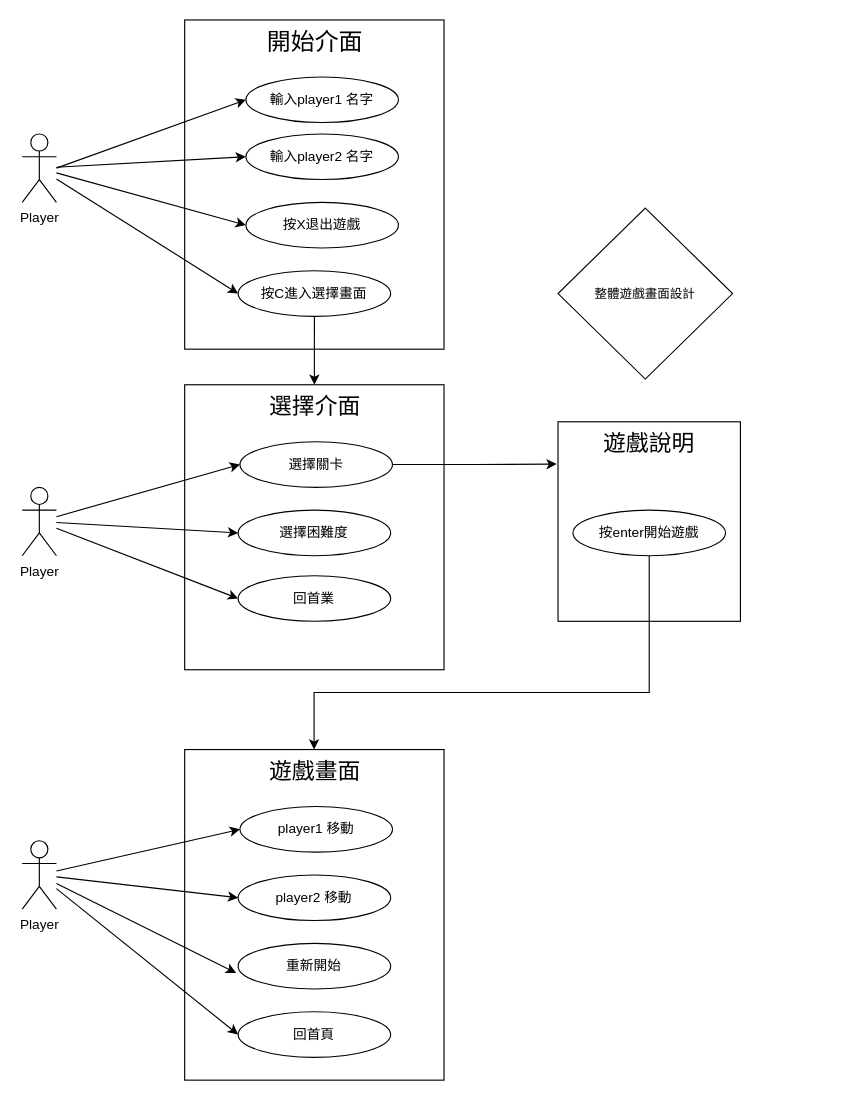
Above: Untitled Diagram.drawio in CHUN983/nuk_assembly_project (draw.io), before the change. Source tidied: cells renumbered, new cells numbered last; positions are measured from the earlier drawing's top-left corner, leaving out a move shared by most shapes. Both pictures are drawn from the tidied source at 114%, with x=0, y=0 at pixel (22, 19).
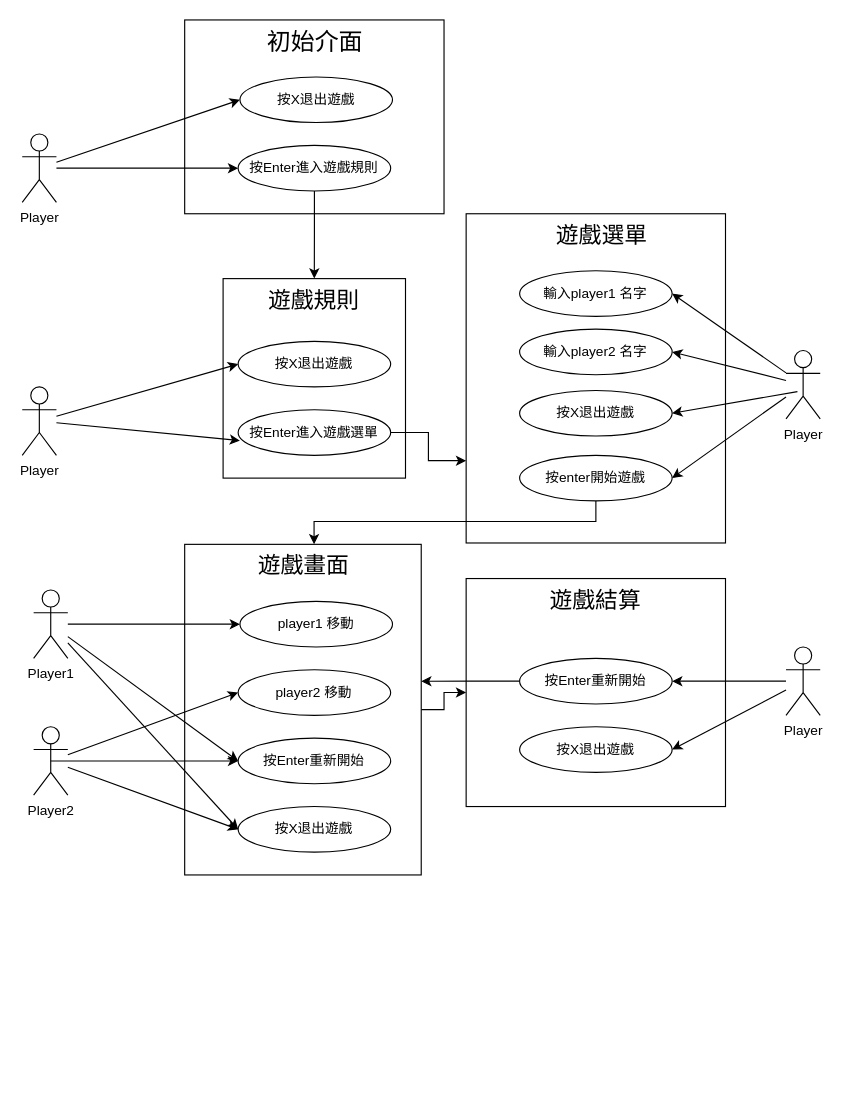
After the change.

Unchanged cells that the change refers to:
```xml
<mxCell id="8" value="Player" style="shape=umlActor;verticalLabelPosition=bottom;verticalAlign=top;html=1;outlineConnect=0;" parent="1" vertex="1">
  <mxGeometry y="100" width="30" height="60" as="geometry" />
</mxCell>
```

Diff of the diagram source:
```diff
@@
+    <mxCell id="36" value="&lt;font style=&quot;font-size: 20px;&quot;&gt;&amp;nbsp; 遊戲選單&lt;/font&gt;" style="rounded=0;whiteSpace=wrap;html=1;verticalAlign=top;" parent="1" vertex="1">
+      <mxGeometry x="389.4" y="170" width="227.5" height="288.8" as="geometry" />
+    </mxCell>
+    <mxCell id="37" style="edgeStyle=orthogonalEdgeStyle;rounded=0;jettySize=auto;html=1;entryX=0;entryY=0.5;entryDx=0;entryDy=0;" parent="1" edge="1" source="2" target="50">
+      <mxGeometry relative="1" as="geometry" />
+    </mxCell>
     <mxCell id="2" value="&lt;font style=&quot;font-size: 20px;&quot;&gt;遊戲畫面&lt;/font&gt;" style="rounded=0;whiteSpace=wrap;html=1;align=center;verticalAlign=top;" parent="1" vertex="1">
-      <mxGeometry x="142.5" y="640" width="227.5" height="290" as="geometry" />
+      <mxGeometry x="142.5" y="460" width="207.5" height="290" as="geometry" />
     </mxCell>
-    <mxCell id="3" value="&lt;font style=&quot;font-size: 21px;&quot;&gt;開始介面&lt;/font&gt;" style="rounded=0;whiteSpace=wrap;html=1;verticalAlign=top;" parent="1" vertex="1">
-      <mxGeometry x="142.5" width="227.5" height="288.8" as="geometry" />
+    <mxCell id="3" value="&lt;font style=&quot;font-size: 21px;&quot;&gt;初始介面&lt;/font&gt;" style="rounded=0;whiteSpace=wrap;html=1;verticalAlign=top;" parent="1" vertex="1">
+      <mxGeometry x="142.5" width="227.5" height="170" as="geometry" />
     </mxCell>
-    <mxCell id="4" style="rounded=0;jettySize=auto;html=1;entryX=0;entryY=0.5;entryDx=0;entryDy=0;" parent="1" edge="1" target="11">
-      <mxGeometry relative="1" as="geometry">
-        <mxPoint x="30" y="130" as="sourcePoint" />
-      </mxGeometry>
-    </mxCell>
-    <mxCell id="5" style="rounded=0;jettySize=auto;html=1;entryX=0;entryY=0.5;entryDx=0;entryDy=0;" parent="1" edge="1" source="8" target="10">
-      <mxGeometry relative="1" as="geometry" />
-    </mxCell>
-    <mxCell id="6" style="rounded=0;jettySize=auto;html=1;entryX=0;entryY=0.5;entryDx=0;entryDy=0;" parent="1" edge="1" source="8" target="14">
+    <mxCell id="6" style="rounded=0;jettySize=auto;html=1;entryX=0;entryY=0.5;entryDx=0;entryDy=0;" parent="1" edge="1" source="8" target="39">
       <mxGeometry relative="1" as="geometry" />
     </mxCell>
@@
-    <mxCell id="9" value="&lt;font style=&quot;font-size: 20px;&quot;&gt;選擇介面&lt;/font&gt;" style="rounded=0;whiteSpace=wrap;html=1;align=center;verticalAlign=top;" parent="1" vertex="1">
-      <mxGeometry x="142.5" y="320" width="227.5" height="250" as="geometry" />
-    </mxCell>
-    <mxCell id="10" value="輸入player2&lt;span style=&quot;background-color: initial;&quot;&gt;&amp;nbsp;名字&lt;/span&gt;" style="ellipse;whiteSpace=wrap;html=1;" parent="1" vertex="1">
-      <mxGeometry x="196.2" y="100" width="133.8" height="40" as="geometry" />
-    </mxCell>
-    <mxCell id="11" value="輸入player1 名字" style="ellipse;whiteSpace=wrap;html=1;" parent="1" vertex="1">
-      <mxGeometry x="196.2" y="50" width="133.8" height="40" as="geometry" />
-    </mxCell>
-    <mxCell id="12" style="edgeStyle=orthogonalEdgeStyle;rounded=0;jettySize=auto;html=1;entryX=0.5;entryY=0;entryDx=0;entryDy=0;strokeColor=default;align=center;verticalAlign=middle;fontFamily=Helvetica;fontSize=11;fontColor=default;labelBackgroundColor=default;endArrow=classic;" parent="1" edge="1" source="13" target="9">
+    <mxCell id="12" style="edgeStyle=orthogonalEdgeStyle;rounded=0;jettySize=auto;html=1;strokeColor=default;align=center;verticalAlign=middle;fontFamily=Helvetica;fontSize=11;fontColor=default;labelBackgroundColor=default;endArrow=classic;entryX=0.5;entryY=0;entryDx=0;entryDy=0;" parent="1" edge="1" source="13" target="26">
       <mxGeometry relative="1" as="geometry" />
     </mxCell>
-    <mxCell id="13" value="按C進入選擇畫面" style="ellipse;whiteSpace=wrap;html=1;" parent="1" vertex="1">
-      <mxGeometry x="189.4" y="220" width="133.8" height="40" as="geometry" />
+    <mxCell id="13" value="按Enter進入遊戲規則" style="ellipse;whiteSpace=wrap;html=1;" parent="1" vertex="1">
+      <mxGeometry x="189.4" y="110" width="133.8" height="40" as="geometry" />
     </mxCell>
-    <mxCell id="14" value="按X退出遊戲" style="ellipse;whiteSpace=wrap;html=1;" parent="1" vertex="1">
-      <mxGeometry x="196.2" y="160" width="133.8" height="40" as="geometry" />
-    </mxCell>
-    <mxCell id="15" style="rounded=0;jettySize=auto;html=1;entryX=0;entryY=0.5;entryDx=0;entryDy=0;strokeColor=default;align=center;verticalAlign=middle;fontFamily=Helvetica;fontSize=11;fontColor=default;labelBackgroundColor=default;endArrow=classic;" parent="1" edge="1" source="18" target="23">
-      <mxGeometry relative="1" as="geometry" />
-    </mxCell>
-    <mxCell id="16" style="rounded=0;jettySize=auto;html=1;entryX=0;entryY=0.5;entryDx=0;entryDy=0;strokeColor=default;align=center;verticalAlign=middle;fontFamily=Helvetica;fontSize=11;fontColor=default;labelBackgroundColor=default;endArrow=classic;" parent="1" edge="1" source="18" target="24">
-      <mxGeometry relative="1" as="geometry" />
-    </mxCell>
-    <mxCell id="17" style="rounded=0;jettySize=auto;html=1;entryX=0;entryY=0.5;entryDx=0;entryDy=0;strokeColor=default;align=center;verticalAlign=middle;fontFamily=Helvetica;fontSize=11;fontColor=default;labelBackgroundColor=default;endArrow=classic;" parent="1" edge="1" source="18" target="25">
-      <mxGeometry relative="1" as="geometry" />
-    </mxCell>
     <mxCell id="18" value="Player" style="shape=umlActor;verticalLabelPosition=bottom;verticalAlign=top;html=1;outlineConnect=0;" parent="1" vertex="1">
-      <mxGeometry y="410" width="30" height="60" as="geometry" />
+      <mxGeometry y="321.9" width="30" height="60" as="geometry" />
     </mxCell>
@@
-    <mxCell id="20" style="rounded=0;jettySize=auto;html=1;entryX=0;entryY=0.5;entryDx=0;entryDy=0;strokeColor=default;align=center;verticalAlign=middle;fontFamily=Helvetica;fontSize=11;fontColor=default;labelBackgroundColor=default;endArrow=classic;" parent="1" edge="1" source="22" target="33">
+    <mxCell id="20" style="rounded=0;jettySize=auto;html=1;entryX=0;entryY=0.5;entryDx=0;entryDy=0;strokeColor=default;align=center;verticalAlign=middle;fontFamily=Helvetica;fontSize=11;fontColor=default;labelBackgroundColor=default;endArrow=classic;" parent="1" edge="1" source="54" target="33">
       <mxGeometry relative="1" as="geometry" />
     </mxCell>
@@
-    <mxCell id="22" value="Player" style="shape=umlActor;verticalLabelPosition=bottom;verticalAlign=top;html=1;outlineConnect=0;" parent="1" vertex="1">
-      <mxGeometry y="720" width="30" height="60" as="geometry" />
+    <mxCell id="22" value="Player1" style="shape=umlActor;verticalLabelPosition=bottom;verticalAlign=top;html=1;outlineConnect=0;" parent="1" vertex="1">
+      <mxGeometry x="10" y="500" width="30" height="60" as="geometry" />
     </mxCell>
-    <mxCell id="23" value="選擇關卡" style="ellipse;whiteSpace=wrap;html=1;" parent="1" vertex="1">
-      <mxGeometry x="191" y="370" width="133.8" height="40" as="geometry" />
-    </mxCell>
-    <mxCell id="24" value="選擇困難度" style="ellipse;whiteSpace=wrap;html=1;" parent="1" vertex="1">
-      <mxGeometry x="189.4" y="430" width="133.8" height="40" as="geometry" />
-    </mxCell>
-    <mxCell id="25" value="回首業" style="ellipse;whiteSpace=wrap;html=1;" parent="1" vertex="1">
-      <mxGeometry x="189.4" y="487.5" width="133.8" height="40" as="geometry" />
-    </mxCell>
-    <mxCell id="26" value="&lt;font style=&quot;font-size: 20px;&quot;&gt;遊戲說明&lt;/font&gt;" style="rounded=0;whiteSpace=wrap;html=1;align=center;verticalAlign=top;" parent="1" vertex="1">
-      <mxGeometry x="470" y="352.5" width="160" height="175" as="geometry" />
+    <mxCell id="26" value="&lt;font style=&quot;font-size: 20px;&quot;&gt;遊戲規則&lt;/font&gt;" style="rounded=0;whiteSpace=wrap;html=1;align=center;verticalAlign=top;" parent="1" vertex="1">
+      <mxGeometry x="176.2" y="226.9" width="160" height="175" as="geometry" />
     </mxCell>
-    <mxCell id="27" style="edgeStyle=orthogonalEdgeStyle;rounded=0;jettySize=auto;html=1;entryX=-0.007;entryY=0.212;entryDx=0;entryDy=0;entryPerimeter=0;strokeColor=default;align=center;verticalAlign=middle;fontFamily=Helvetica;fontSize=11;fontColor=default;labelBackgroundColor=default;endArrow=classic;" parent="1" edge="1" source="23" target="26">
-      <mxGeometry relative="1" as="geometry" />
-    </mxCell>
-    <mxCell id="28" style="edgeStyle=orthogonalEdgeStyle;rounded=0;jettySize=auto;html=1;strokeColor=default;align=center;verticalAlign=middle;fontFamily=Helvetica;fontSize=11;fontColor=default;labelBackgroundColor=default;endArrow=classic;" parent="1" edge="1" source="29" target="2">
+    <mxCell id="28" style="edgeStyle=orthogonalEdgeStyle;rounded=0;jettySize=auto;html=1;strokeColor=default;align=center;verticalAlign=middle;fontFamily=Helvetica;fontSize=11;fontColor=default;labelBackgroundColor=default;endArrow=classic;exitX=0.5;exitY=1;exitDx=0;exitDy=0;" parent="1" edge="1" source="29" target="2">
       <mxGeometry relative="1" as="geometry">
         <Array as="points">
-          <mxPoint x="550" y="590" />
-          <mxPoint x="256" y="590" />
+          <mxPoint x="503" y="440" />
+          <mxPoint x="256" y="440" />
         </Array>
       </mxGeometry>
     </mxCell>
     <mxCell id="29" value="按enter開始遊戲" style="ellipse;whiteSpace=wrap;html=1;" parent="1" vertex="1">
-      <mxGeometry x="483.1" y="430" width="133.8" height="40" as="geometry" />
+      <mxGeometry x="436.3" y="381.9" width="133.8" height="40" as="geometry" />
     </mxCell>
-    <mxCell id="30" value="重新開始" style="ellipse;whiteSpace=wrap;html=1;" parent="1" vertex="1">
-      <mxGeometry x="189.4" y="810" width="133.8" height="40" as="geometry" />
+    <mxCell id="30" value="按Enter重新開始" style="ellipse;whiteSpace=wrap;html=1;" parent="1" vertex="1">
+      <mxGeometry x="189.4" y="630" width="133.8" height="40" as="geometry" />
     </mxCell>
     <mxCell id="31" value="player1 移動" style="ellipse;whiteSpace=wrap;html=1;" parent="1" vertex="1">
-      <mxGeometry x="191" y="690" width="133.8" height="40" as="geometry" />
+      <mxGeometry x="191" y="510" width="133.8" height="40" as="geometry" />
     </mxCell>
-    <mxCell id="32" style="rounded=0;jettySize=auto;html=1;entryX=-0.013;entryY=0.65;entryDx=0;entryDy=0;entryPerimeter=0;strokeColor=default;align=center;verticalAlign=middle;fontFamily=Helvetica;fontSize=11;fontColor=default;labelBackgroundColor=default;endArrow=classic;" parent="1" edge="1" source="22" target="30">
+    <mxCell id="32" style="rounded=0;jettySize=auto;html=1;strokeColor=default;align=center;verticalAlign=middle;fontFamily=Helvetica;fontSize=11;fontColor=default;labelBackgroundColor=default;endArrow=classic;entryX=0;entryY=0.5;entryDx=0;entryDy=0;" parent="1" edge="1" source="22" target="30">
       <mxGeometry relative="1" as="geometry" />
     </mxCell>
     <mxCell id="33" value="player2 移動" style="ellipse;whiteSpace=wrap;html=1;" parent="1" vertex="1">
-      <mxGeometry x="189.4" y="750" width="133.8" height="40" as="geometry" />
+      <mxGeometry x="189.4" y="570" width="133.8" height="40" as="geometry" />
     </mxCell>
-    <mxCell id="34" value="回首頁" style="ellipse;whiteSpace=wrap;html=1;" parent="1" vertex="1">
-      <mxGeometry x="189.4" y="870" width="133.8" height="40" as="geometry" />
+    <mxCell id="34" value="按X退出遊戲" style="ellipse;whiteSpace=wrap;html=1;" parent="1" vertex="1">
+      <mxGeometry x="189.4" y="690" width="133.8" height="40" as="geometry" />
     </mxCell>
-    <mxCell id="35" value="整體遊戲畫面設計" style="rhombus;whiteSpace=wrap;html=1;fontFamily=Helvetica;fontSize=11;fontColor=default;labelBackgroundColor=default;" parent="1" vertex="1">
-      <mxGeometry x="470" y="165" width="153.1" height="150" as="geometry" />
-    </mxCell>
+    <mxCell id="10" value="輸入player2&lt;span style=&quot;background-color: initial;&quot;&gt;&amp;nbsp;名字&lt;/span&gt;" style="ellipse;whiteSpace=wrap;html=1;" parent="1" vertex="1">
+      <mxGeometry x="436.3" y="271.2" width="133.8" height="40" as="geometry" />
+    </mxCell>
+    <mxCell id="11" value="輸入player1 名字" style="ellipse;whiteSpace=wrap;html=1;" parent="1" vertex="1">
+      <mxGeometry x="436.3" y="220" width="133.8" height="40" as="geometry" />
+    </mxCell>
+    <mxCell id="38" value="按X退出遊戲" style="ellipse;whiteSpace=wrap;html=1;" parent="1" vertex="1">
+      <mxGeometry x="436.3" y="325" width="133.8" height="40" as="geometry" />
+    </mxCell>
+    <mxCell id="39" value="按X退出遊戲" style="ellipse;whiteSpace=wrap;html=1;" parent="1" vertex="1">
+      <mxGeometry x="191" y="50" width="133.8" height="40" as="geometry" />
+    </mxCell>
+    <mxCell id="40" value="按X退出遊戲" style="ellipse;whiteSpace=wrap;html=1;" parent="1" vertex="1">
+      <mxGeometry x="189.4" y="281.9" width="133.8" height="40" as="geometry" />
+    </mxCell>
+    <mxCell id="41" style="edgeStyle=orthogonalEdgeStyle;rounded=0;jettySize=auto;html=1;entryX=0;entryY=0.75;entryDx=0;entryDy=0;" parent="1" edge="1" source="42" target="36">
+      <mxGeometry relative="1" as="geometry" />
+    </mxCell>
+    <mxCell id="42" value="按Enter進入遊戲選單" style="ellipse;whiteSpace=wrap;html=1;" parent="1" vertex="1">
+      <mxGeometry x="189.4" y="341.9" width="133.8" height="40" as="geometry" />
+    </mxCell>
+    <mxCell id="43" style="rounded=0;jettySize=auto;html=1;entryX=0;entryY=0.5;entryDx=0;entryDy=0;" parent="1" edge="1" source="18" target="40">
+      <mxGeometry relative="1" as="geometry" />
+    </mxCell>
+    <mxCell id="44" style="rounded=0;jettySize=auto;html=1;entryX=0.012;entryY=0.678;entryDx=0;entryDy=0;entryPerimeter=0;" parent="1" edge="1" source="18" target="42">
+      <mxGeometry relative="1" as="geometry" />
+    </mxCell>
+    <mxCell id="45" value="Player" style="shape=umlActor;verticalLabelPosition=bottom;verticalAlign=top;html=1;outlineConnect=0;" parent="1" vertex="1">
+      <mxGeometry x="670" y="290" width="30" height="60" as="geometry" />
+    </mxCell>
+    <mxCell id="46" style="rounded=0;jettySize=auto;html=1;entryX=1;entryY=0.5;entryDx=0;entryDy=0;" parent="1" edge="1" source="45" target="11">
+      <mxGeometry relative="1" as="geometry" />
+    </mxCell>
+    <mxCell id="47" style="rounded=0;jettySize=auto;html=1;entryX=1;entryY=0.5;entryDx=0;entryDy=0;" parent="1" edge="1" source="45" target="10">
+      <mxGeometry relative="1" as="geometry" />
+    </mxCell>
+    <mxCell id="48" style="rounded=0;jettySize=auto;html=1;entryX=1;entryY=0.5;entryDx=0;entryDy=0;" parent="1" edge="1" target="38">
+      <mxGeometry relative="1" as="geometry">
+        <mxPoint x="680" y="326" as="sourcePoint" />
+      </mxGeometry>
+    </mxCell>
+    <mxCell id="49" style="rounded=0;jettySize=auto;html=1;entryX=1;entryY=0.5;entryDx=0;entryDy=0;" parent="1" edge="1" source="45" target="29">
+      <mxGeometry relative="1" as="geometry" />
+    </mxCell>
+    <mxCell id="50" value="&lt;font style=&quot;font-size: 20px;&quot;&gt;遊戲結算&lt;/font&gt;" style="rounded=0;whiteSpace=wrap;html=1;align=center;verticalAlign=top;" parent="1" vertex="1">
+      <mxGeometry x="389.4" y="490" width="227.5" height="200" as="geometry" />
+    </mxCell>
+    <mxCell id="51" value="按Enter重新開始" style="ellipse;whiteSpace=wrap;html=1;" parent="1" vertex="1">
+      <mxGeometry x="436.3" y="560" width="133.8" height="40" as="geometry" />
+    </mxCell>
+    <mxCell id="52" value="Player" style="shape=umlActor;verticalLabelPosition=bottom;verticalAlign=top;html=1;outlineConnect=0;" parent="1" vertex="1">
+      <mxGeometry x="670" y="550" width="30" height="60" as="geometry" />
+    </mxCell>
+    <mxCell id="53" style="edgeStyle=orthogonalEdgeStyle;rounded=0;jettySize=auto;html=1;entryX=1;entryY=0.414;entryDx=0;entryDy=0;entryPerimeter=0;" parent="1" edge="1" source="51" target="2">
+      <mxGeometry relative="1" as="geometry" />
+    </mxCell>
+    <mxCell id="54" value="Player2" style="shape=umlActor;verticalLabelPosition=bottom;verticalAlign=top;html=1;outlineConnect=0;" parent="1" vertex="1">
+      <mxGeometry x="10" y="620" width="30" height="60" as="geometry" />
+    </mxCell>
+    <mxCell id="55" style="rounded=0;jettySize=auto;html=1;entryX=0;entryY=0.5;entryDx=0;entryDy=0;strokeColor=default;align=center;verticalAlign=middle;fontFamily=Helvetica;fontSize=11;fontColor=default;labelBackgroundColor=default;endArrow=classic;exitX=0.5;exitY=0.5;exitDx=0;exitDy=0;exitPerimeter=0;" parent="1" edge="1" source="54" target="30">
+      <mxGeometry relative="1" as="geometry" />
+    </mxCell>
+    <mxCell id="56" style="rounded=0;jettySize=auto;html=1;strokeColor=default;align=center;verticalAlign=middle;fontFamily=Helvetica;fontSize=11;fontColor=default;labelBackgroundColor=default;endArrow=classic;entryX=0;entryY=0.5;entryDx=0;entryDy=0;" parent="1" edge="1" source="54" target="34">
+      <mxGeometry relative="1" as="geometry" />
+    </mxCell>
+    <mxCell id="57" value="按X退出遊戲" style="ellipse;whiteSpace=wrap;html=1;" parent="1" vertex="1">
+      <mxGeometry x="436.3" y="620" width="133.8" height="40" as="geometry" />
+    </mxCell>
+    <mxCell id="58" style="rounded=0;jettySize=auto;html=1;strokeColor=default;align=center;verticalAlign=middle;fontFamily=Helvetica;fontSize=11;fontColor=default;labelBackgroundColor=default;endArrow=classic;entryX=1;entryY=0.5;entryDx=0;entryDy=0;" parent="1" edge="1" source="52" target="57">
+      <mxGeometry relative="1" as="geometry" />
+    </mxCell>
+    <mxCell id="59" style="rounded=0;jettySize=auto;html=1;strokeColor=default;align=center;verticalAlign=middle;fontFamily=Helvetica;fontSize=11;fontColor=default;labelBackgroundColor=default;endArrow=classic;entryX=1;entryY=0.5;entryDx=0;entryDy=0;" parent="1" edge="1" source="52" target="51">
+      <mxGeometry relative="1" as="geometry" />
+    </mxCell>
```
